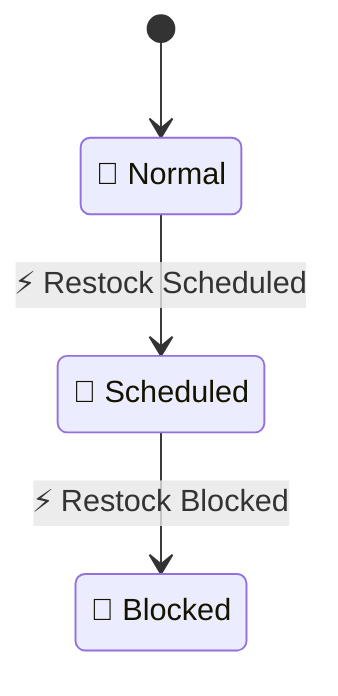
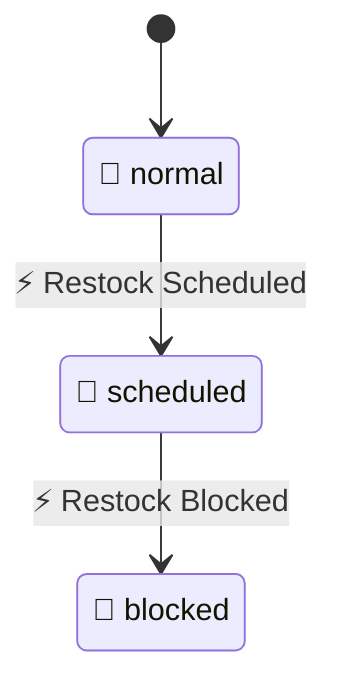
stateDiagram-v2
-   [*] --> Normal
-   state "🔄 Normal" as Normal
-   state "🔄 Scheduled" as Scheduled
-   state "🔄 Blocked" as Blocked
-   Normal --> Scheduled : ⚡ Restock Scheduled
-   Scheduled --> Blocked : ⚡ Restock Blocked
+   [*] --> Store_normal
+   state "🔄 normal" as Store_normal
+   state "🔄 scheduled" as Store_scheduled
+   state "🔄 blocked" as Store_blocked
+   Store_normal --> Store_scheduled : ⚡ Restock Scheduled
+   Store_scheduled --> Store_blocked : ⚡ Restock Blocked
